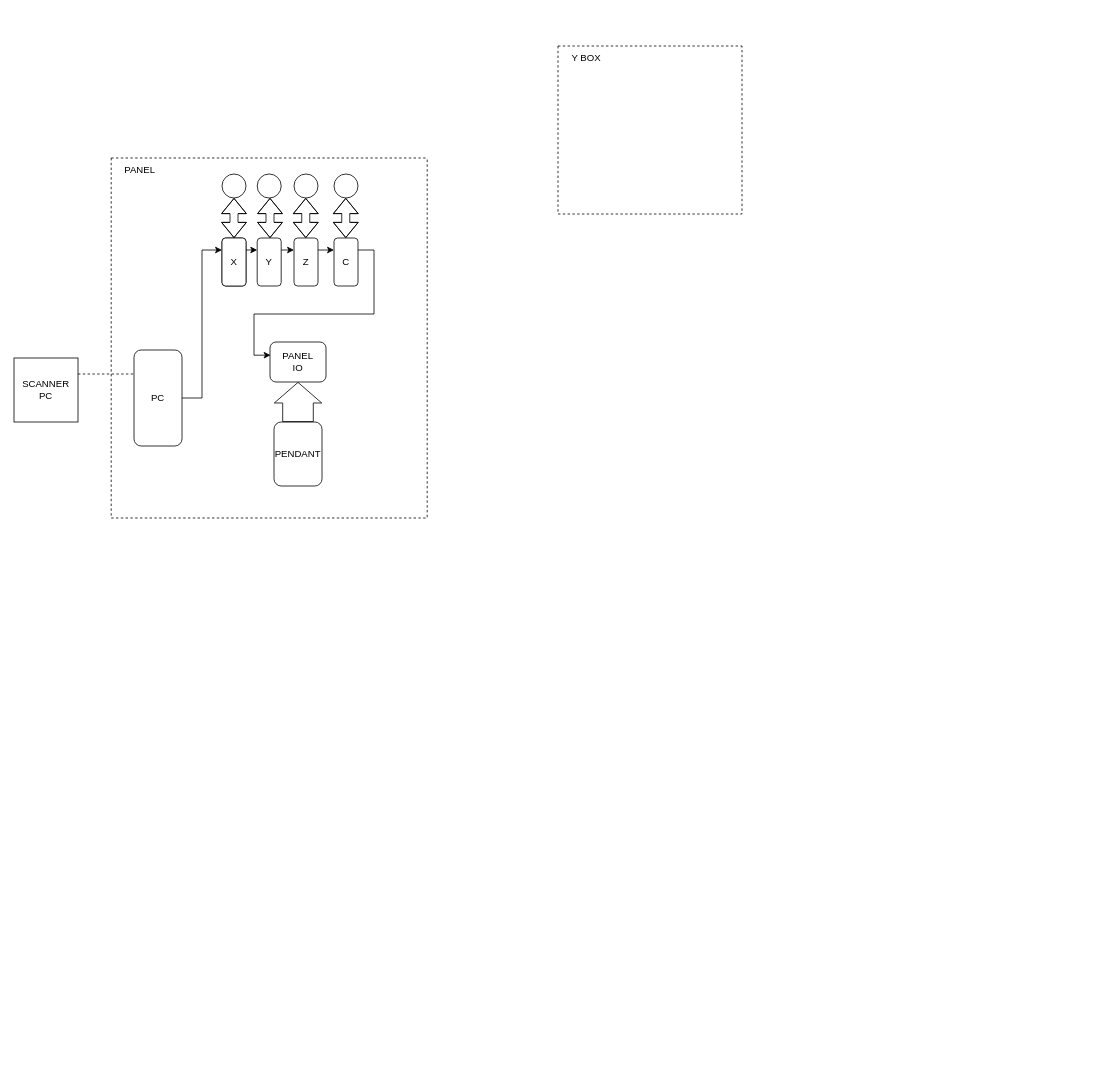
This is Untitled Diagram.drawio from facuver/drawTest, a draw.io file, before an edit. Source tidied: cells renumbered, new cells numbered last; positions are measured from the earlier drawing's top-left corner, leaving out a move shared by most shapes. Both pictures are drawn from the tidied source at 80%, with x=0, y=0 at pixel (14, 46). Pictures stored in the file or linked from it are replaced by grey dashed boxes.
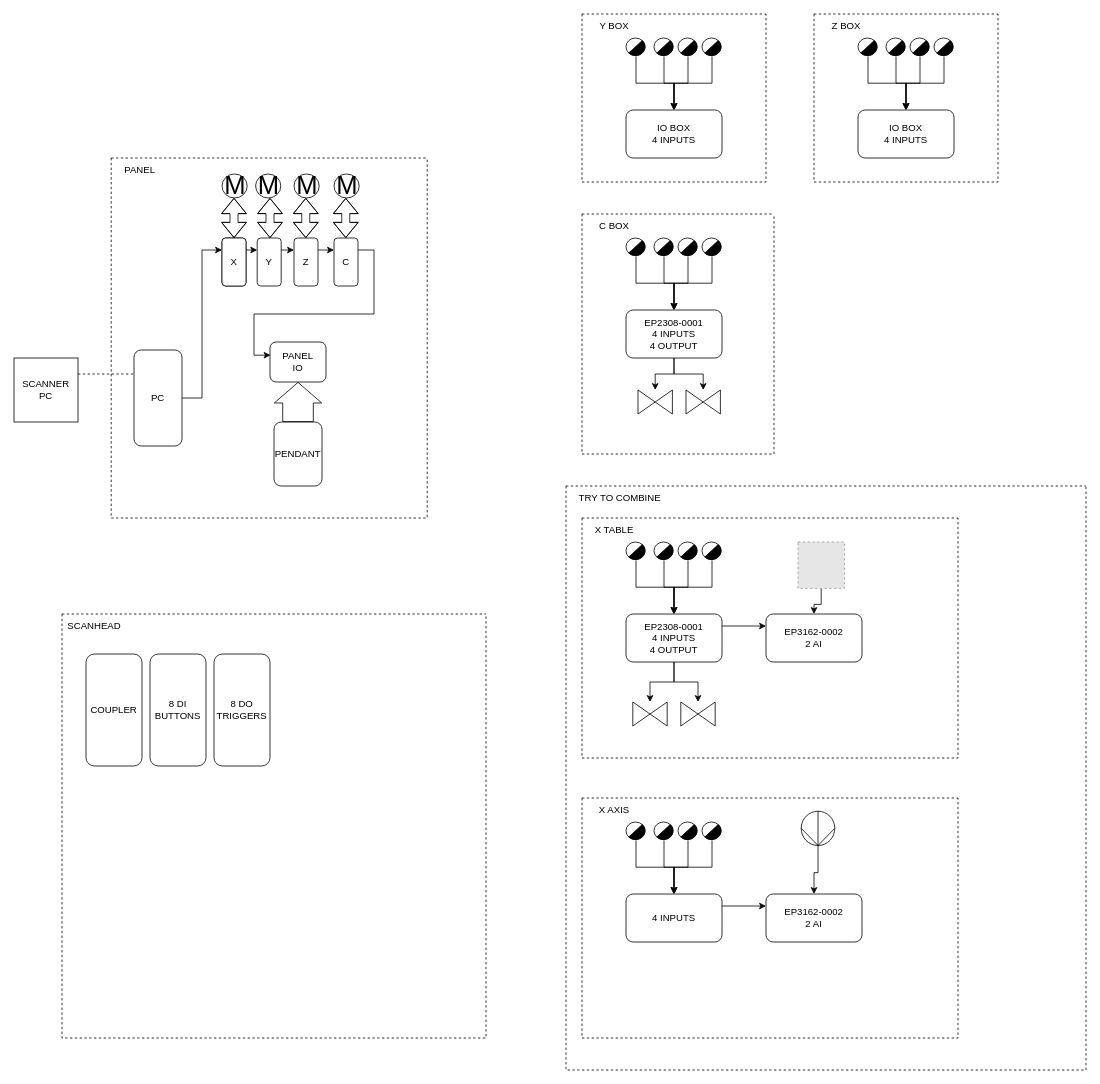
After the change.

Unchanged cells that the change refers to:
```xml
<mxCell id="5" style="group;" parent="1" vertex="1">
  <mxGeometry x="121.5" y="140" width="395" height="450" as="geometry" />
</mxCell>
<mxCell id="14" value="X" style="rounded=1;whiteSpace=wrap;html=1;" parent="5" vertex="1">
  <mxGeometry x="138.5" y="100" width="30" height="60" as="geometry" />
</mxCell>
<mxCell id="29" style="swimlane;startSize=0;dashed=1;" parent="5" vertex="1">
  <mxGeometry width="395" height="450" as="geometry" />
</mxCell>
```

Change to the diagram source:
```diff
@@
     <mxCell id="3" style="swimlane;startSize=0;dashed=1;" parent="1" vertex="1">
-      <mxGeometry x="680" width="230" height="210" as="geometry" />
+      <mxGeometry x="710" y="-40" width="230" height="210" as="geometry" />
     </mxCell>
     <mxCell id="4" value="Y BOX" style="text;html=1;align=center;verticalAlign=middle;strokeColor=none;fillColor=none;" parent="3" vertex="1">
-      <mxGeometry x="5" width="60" height="30" as="geometry" />
+      <mxGeometry x="10" width="60" height="30" as="geometry" />
     </mxCell>
+    <mxCell id="31" value="IO BOX&lt;br&gt;4 INPUTS" style="rounded=1;whiteSpace=wrap;html=1;" parent="3" vertex="1">
+      <mxGeometry x="55" y="120" width="120" height="60" as="geometry" />
+    </mxCell>
+    <mxCell id="32" style="edgeStyle=orthogonalEdgeStyle;rounded=0;jettySize=auto;html=1;" parent="3" edge="1" source="33" target="31">
+      <mxGeometry relative="1" as="geometry" />
+    </mxCell>
+    <mxCell id="33" style="verticalLabelPosition=bottom;outlineConnect=0;align=center;dashed=0;html=1;verticalAlign=middle;shape=mxgraph.pid.misc.steam_trap2;horizontal=1;" parent="3" vertex="1">
+      <mxGeometry x="55" y="30" width="25" height="23" as="geometry" />
+    </mxCell>
+    <mxCell id="34" style="edgeStyle=orthogonalEdgeStyle;rounded=0;jettySize=auto;html=1;entryX=0.5;entryY=0;entryDx=0;entryDy=0;" parent="3" edge="1" source="35" target="31">
+      <mxGeometry relative="1" as="geometry" />
+    </mxCell>
+    <mxCell id="35" style="verticalLabelPosition=bottom;outlineConnect=0;align=center;dashed=0;html=1;verticalAlign=middle;shape=mxgraph.pid.misc.steam_trap2;horizontal=1;" parent="3" vertex="1">
+      <mxGeometry x="90" y="30" width="25" height="23" as="geometry" />
+    </mxCell>
+    <mxCell id="36" style="edgeStyle=orthogonalEdgeStyle;rounded=0;jettySize=auto;html=1;entryX=0.5;entryY=0;entryDx=0;entryDy=0;" parent="3" edge="1" source="37" target="31">
+      <mxGeometry relative="1" as="geometry" />
+    </mxCell>
+    <mxCell id="37" style="verticalLabelPosition=bottom;outlineConnect=0;align=center;dashed=0;html=1;verticalAlign=middle;shape=mxgraph.pid.misc.steam_trap2;horizontal=1;" parent="3" vertex="1">
+      <mxGeometry x="120" y="30" width="25" height="23" as="geometry" />
+    </mxCell>
+    <mxCell id="38" style="edgeStyle=orthogonalEdgeStyle;rounded=0;jettySize=auto;html=1;entryX=0.5;entryY=0;entryDx=0;entryDy=0;" parent="3" edge="1" source="39" target="31">
+      <mxGeometry relative="1" as="geometry" />
+    </mxCell>
+    <mxCell id="39" style="verticalLabelPosition=bottom;outlineConnect=0;align=center;dashed=0;html=1;verticalAlign=middle;shape=mxgraph.pid.misc.steam_trap2;horizontal=1;" parent="3" vertex="1">
+      <mxGeometry x="150" y="30" width="25" height="23" as="geometry" />
+    </mxCell>
@@
-    <mxCell id="20" style="ellipse;whiteSpace=wrap;html=1;" parent="5" vertex="1">
-      <mxGeometry x="138.5" y="20" width="30" height="30" as="geometry" />
-    </mxCell>
-    <mxCell id="21" style="ellipse;whiteSpace=wrap;html=1;" parent="5" vertex="1">
-      <mxGeometry x="182.5" y="20" width="30" height="30" as="geometry" />
-    </mxCell>
-    <mxCell id="22" style="ellipse;whiteSpace=wrap;html=1;" parent="5" vertex="1">
-      <mxGeometry x="228.5" y="20" width="30" height="30" as="geometry" />
-    </mxCell>
-    <mxCell id="23" style="ellipse;whiteSpace=wrap;html=1;" parent="5" vertex="1">
-      <mxGeometry x="278.5" y="20" width="30" height="30" as="geometry" />
-    </mxCell>
-    <mxCell id="24" style="shape=flexArrow;endArrow=classic;startArrow=classic;html=1;rounded=0;entryX=0.5;entryY=1;entryDx=0;entryDy=0;exitX=0.5;exitY=0;exitDx=0;exitDy=0;" parent="5" edge="1" source="14" target="20">
+    <mxCell id="24" style="shape=flexArrow;endArrow=classic;startArrow=classic;html=1;rounded=0;entryX=0.5;entryY=1;entryDx=0;entryDy=0;exitX=0.5;exitY=0;exitDx=0;exitDy=0;" parent="5" edge="1" source="14">
       <mxGeometry relative="1" as="geometry">
+        <mxPoint x="153.5" y="50" as="targetPoint" />
         <Array as="points">
           <mxPoint x="153.5" y="80" />
         </Array>
       </mxGeometry>
     </mxCell>
@@
+    <mxCell id="40" value="M" style="verticalLabelPosition=middle;shadow=0;dashed=0;align=center;html=1;verticalAlign=middle;strokeWidth=1;shape=ellipse;fontSize=32;perimeter=ellipsePerimeter;" parent="29" vertex="1">
+      <mxGeometry x="138.5" y="20" width="31.5" height="30" as="geometry" />
+    </mxCell>
+    <mxCell id="41" value="M" style="verticalLabelPosition=middle;shadow=0;dashed=0;align=center;html=1;verticalAlign=middle;strokeWidth=1;shape=ellipse;fontSize=32;perimeter=ellipsePerimeter;" parent="29" vertex="1">
+      <mxGeometry x="180.5" y="20" width="31.5" height="30" as="geometry" />
+    </mxCell>
+    <mxCell id="42" value="M" style="verticalLabelPosition=middle;shadow=0;dashed=0;align=center;html=1;verticalAlign=middle;strokeWidth=1;shape=ellipse;fontSize=32;perimeter=ellipsePerimeter;" parent="29" vertex="1">
+      <mxGeometry x="228.5" y="20" width="31.5" height="30" as="geometry" />
+    </mxCell>
+    <mxCell id="43" value="M" style="verticalLabelPosition=middle;shadow=0;dashed=0;align=center;html=1;verticalAlign=middle;strokeWidth=1;shape=ellipse;fontSize=32;perimeter=ellipsePerimeter;" parent="29" vertex="1">
+      <mxGeometry x="278.5" y="20" width="31.5" height="30" as="geometry" />
+    </mxCell>
+    <mxCell id="44" style="swimlane;startSize=0;dashed=1;" parent="1" vertex="1">
+      <mxGeometry x="710" y="210" width="240" height="300" as="geometry" />
+    </mxCell>
+    <mxCell id="45" value="C BOX" style="text;html=1;align=center;verticalAlign=middle;strokeColor=none;fillColor=none;" parent="44" vertex="1">
+      <mxGeometry x="10" width="60" height="30" as="geometry" />
+    </mxCell>
+    <mxCell id="46" value="EP2308-0001&lt;br&gt;&lt;div&gt;4 INPUTS &lt;br&gt;&lt;/div&gt;&lt;div&gt;4 OUTPUT&lt;/div&gt;" style="rounded=1;whiteSpace=wrap;html=1;" parent="44" vertex="1">
+      <mxGeometry x="55" y="120" width="120" height="60" as="geometry" />
+    </mxCell>
+    <mxCell id="47" style="edgeStyle=orthogonalEdgeStyle;rounded=0;jettySize=auto;html=1;" parent="44" edge="1" source="48" target="46">
+      <mxGeometry relative="1" as="geometry" />
+    </mxCell>
+    <mxCell id="48" style="verticalLabelPosition=bottom;outlineConnect=0;align=center;dashed=0;html=1;verticalAlign=middle;shape=mxgraph.pid.misc.steam_trap2;horizontal=1;" parent="44" vertex="1">
+      <mxGeometry x="55" y="30" width="25" height="23" as="geometry" />
+    </mxCell>
+    <mxCell id="49" style="edgeStyle=orthogonalEdgeStyle;rounded=0;jettySize=auto;html=1;entryX=0.5;entryY=0;entryDx=0;entryDy=0;" parent="44" edge="1" source="50" target="46">
+      <mxGeometry relative="1" as="geometry" />
+    </mxCell>
+    <mxCell id="50" style="verticalLabelPosition=bottom;outlineConnect=0;align=center;dashed=0;html=1;verticalAlign=middle;shape=mxgraph.pid.misc.steam_trap2;horizontal=1;" parent="44" vertex="1">
+      <mxGeometry x="90" y="30" width="25" height="23" as="geometry" />
+    </mxCell>
+    <mxCell id="51" style="edgeStyle=orthogonalEdgeStyle;rounded=0;jettySize=auto;html=1;entryX=0.5;entryY=0;entryDx=0;entryDy=0;" parent="44" edge="1" source="52" target="46">
+      <mxGeometry relative="1" as="geometry" />
+    </mxCell>
+    <mxCell id="52" style="verticalLabelPosition=bottom;outlineConnect=0;align=center;dashed=0;html=1;verticalAlign=middle;shape=mxgraph.pid.misc.steam_trap2;horizontal=1;" parent="44" vertex="1">
+      <mxGeometry x="120" y="30" width="25" height="23" as="geometry" />
+    </mxCell>
+    <mxCell id="53" style="edgeStyle=orthogonalEdgeStyle;rounded=0;jettySize=auto;html=1;entryX=0.5;entryY=0;entryDx=0;entryDy=0;" parent="44" edge="1" source="54" target="46">
+      <mxGeometry relative="1" as="geometry" />
+    </mxCell>
+    <mxCell id="54" style="verticalLabelPosition=bottom;outlineConnect=0;align=center;dashed=0;html=1;verticalAlign=middle;shape=mxgraph.pid.misc.steam_trap2;horizontal=1;" parent="44" vertex="1">
+      <mxGeometry x="150" y="30" width="25" height="23" as="geometry" />
+    </mxCell>
+    <mxCell id="55" style="verticalLabelPosition=bottom;align=center;html=1;verticalAlign=top;dashed=0;shape=mxgraph.pid2valves.valve;valveType=gate;" parent="1" vertex="1">
+      <mxGeometry x="780" y="430" width="43" height="30" as="geometry" />
+    </mxCell>
+    <mxCell id="56" style="verticalLabelPosition=bottom;align=center;html=1;verticalAlign=top;dashed=0;shape=mxgraph.pid2valves.valve;valveType=gate;" parent="1" vertex="1">
+      <mxGeometry x="840" y="430" width="43" height="30" as="geometry" />
+    </mxCell>
+    <mxCell id="57" style="edgeStyle=orthogonalEdgeStyle;rounded=0;jettySize=auto;html=1;" parent="1" edge="1" source="46" target="55">
+      <mxGeometry relative="1" as="geometry" />
+    </mxCell>
+    <mxCell id="58" style="edgeStyle=orthogonalEdgeStyle;rounded=0;jettySize=auto;html=1;" parent="1" edge="1" source="46" target="56">
+      <mxGeometry relative="1" as="geometry" />
+    </mxCell>
+    <mxCell id="59" style="swimlane;startSize=0;dashed=1;" parent="1" vertex="1">
+      <mxGeometry x="710" y="590" width="470" height="300" as="geometry" />
+    </mxCell>
+    <mxCell id="60" value="X TABLE" style="text;html=1;align=center;verticalAlign=middle;strokeColor=none;fillColor=none;" parent="59" vertex="1">
+      <mxGeometry x="5" width="70" height="30" as="geometry" />
+    </mxCell>
+    <mxCell id="61" style="edgeStyle=orthogonalEdgeStyle;rounded=0;jettySize=auto;html=1;exitX=1;exitY=0.25;exitDx=0;exitDy=0;entryX=0;entryY=0.25;entryDx=0;entryDy=0;" parent="59" edge="1" source="64" target="73">
+      <mxGeometry relative="1" as="geometry" />
+    </mxCell>
+    <mxCell id="62" style="edgeStyle=orthogonalEdgeStyle;rounded=0;jettySize=auto;html=1;" parent="59" edge="1" source="64" target="76">
+      <mxGeometry relative="1" as="geometry" />
+    </mxCell>
+    <mxCell id="63" style="edgeStyle=orthogonalEdgeStyle;rounded=0;jettySize=auto;html=1;" parent="59" edge="1" source="64" target="77">
+      <mxGeometry relative="1" as="geometry" />
+    </mxCell>
+    <mxCell id="64" value="EP2308-0001&lt;div&gt;4 INPUTS &lt;br&gt;&lt;/div&gt;&lt;div&gt;4 OUTPUT&lt;/div&gt;" style="rounded=1;whiteSpace=wrap;html=1;" parent="59" vertex="1">
+      <mxGeometry x="55" y="120" width="120" height="60" as="geometry" />
+    </mxCell>
+    <mxCell id="65" style="edgeStyle=orthogonalEdgeStyle;rounded=0;jettySize=auto;html=1;" parent="59" edge="1" source="66" target="64">
+      <mxGeometry relative="1" as="geometry" />
+    </mxCell>
+    <mxCell id="66" style="verticalLabelPosition=bottom;outlineConnect=0;align=center;dashed=0;html=1;verticalAlign=middle;shape=mxgraph.pid.misc.steam_trap2;horizontal=1;" parent="59" vertex="1">
+      <mxGeometry x="55" y="30" width="25" height="23" as="geometry" />
+    </mxCell>
+    <mxCell id="67" style="edgeStyle=orthogonalEdgeStyle;rounded=0;jettySize=auto;html=1;entryX=0.5;entryY=0;entryDx=0;entryDy=0;" parent="59" edge="1" source="68" target="64">
+      <mxGeometry relative="1" as="geometry" />
+    </mxCell>
+    <mxCell id="68" style="verticalLabelPosition=bottom;outlineConnect=0;align=center;dashed=0;html=1;verticalAlign=middle;shape=mxgraph.pid.misc.steam_trap2;horizontal=1;" parent="59" vertex="1">
+      <mxGeometry x="90" y="30" width="25" height="23" as="geometry" />
+    </mxCell>
+    <mxCell id="69" style="edgeStyle=orthogonalEdgeStyle;rounded=0;jettySize=auto;html=1;entryX=0.5;entryY=0;entryDx=0;entryDy=0;" parent="59" edge="1" source="70" target="64">
+      <mxGeometry relative="1" as="geometry" />
+    </mxCell>
+    <mxCell id="70" style="verticalLabelPosition=bottom;outlineConnect=0;align=center;dashed=0;html=1;verticalAlign=middle;shape=mxgraph.pid.misc.steam_trap2;horizontal=1;" parent="59" vertex="1">
+      <mxGeometry x="120" y="30" width="25" height="23" as="geometry" />
+    </mxCell>
+    <mxCell id="71" style="edgeStyle=orthogonalEdgeStyle;rounded=0;jettySize=auto;html=1;entryX=0.5;entryY=0;entryDx=0;entryDy=0;" parent="59" edge="1" source="72" target="64">
+      <mxGeometry relative="1" as="geometry" />
+    </mxCell>
+    <mxCell id="72" style="verticalLabelPosition=bottom;outlineConnect=0;align=center;dashed=0;html=1;verticalAlign=middle;shape=mxgraph.pid.misc.steam_trap2;horizontal=1;" parent="59" vertex="1">
+      <mxGeometry x="150" y="30" width="25" height="23" as="geometry" />
+    </mxCell>
+    <mxCell id="73" value="&lt;div&gt;EP3162-0002&lt;/div&gt;&lt;div&gt;2 AI&lt;br&gt;&lt;/div&gt;" style="rounded=1;whiteSpace=wrap;html=1;" parent="59" vertex="1">
+      <mxGeometry x="230" y="120" width="120" height="60" as="geometry" />
+    </mxCell>
+    <mxCell id="74" style="edgeStyle=orthogonalEdgeStyle;rounded=0;jettySize=auto;html=1;" parent="59" edge="1" source="75" target="73">
+      <mxGeometry relative="1" as="geometry" />
+    </mxCell>
+    <mxCell id="75" style="fillColor=#E6E6E6;strokeColor=#999999;dashed=1;html=1;verticalAlign=top;verticalLabelPosition=bottom;labelBackgroundColor=#ffffff;" parent="59" vertex="1">
+      <mxGeometry x="270" y="30" width="58" height="58" as="geometry" />
+    </mxCell>
+    <mxCell id="76" style="verticalLabelPosition=bottom;align=center;html=1;verticalAlign=top;dashed=0;shape=mxgraph.pid2valves.valve;valveType=gate;" parent="59" vertex="1">
+      <mxGeometry x="63.5" y="230" width="43" height="30" as="geometry" />
+    </mxCell>
+    <mxCell id="77" style="verticalLabelPosition=bottom;align=center;html=1;verticalAlign=top;dashed=0;shape=mxgraph.pid2valves.valve;valveType=gate;" parent="59" vertex="1">
+      <mxGeometry x="123.5" y="230" width="43" height="30" as="geometry" />
+    </mxCell>
+    <mxCell id="78" style="swimlane;startSize=0;dashed=1;" parent="1" vertex="1">
+      <mxGeometry x="710" y="940" width="470" height="300" as="geometry" />
+    </mxCell>
+    <mxCell id="79" value="X AXIS" style="text;html=1;align=center;verticalAlign=middle;strokeColor=none;fillColor=none;" parent="78" vertex="1">
+      <mxGeometry x="10" width="60" height="30" as="geometry" />
+    </mxCell>
+    <mxCell id="80" style="edgeStyle=orthogonalEdgeStyle;rounded=0;jettySize=auto;html=1;exitX=1;exitY=0.25;exitDx=0;exitDy=0;entryX=0;entryY=0.25;entryDx=0;entryDy=0;" parent="78" edge="1" source="81" target="90">
+      <mxGeometry relative="1" as="geometry" />
+    </mxCell>
+    <mxCell id="81" value="4 INPUTS" style="rounded=1;whiteSpace=wrap;html=1;" parent="78" vertex="1">
+      <mxGeometry x="55" y="120" width="120" height="60" as="geometry" />
+    </mxCell>
+    <mxCell id="82" style="edgeStyle=orthogonalEdgeStyle;rounded=0;jettySize=auto;html=1;" parent="78" edge="1" source="83" target="81">
+      <mxGeometry relative="1" as="geometry" />
+    </mxCell>
+    <mxCell id="83" style="verticalLabelPosition=bottom;outlineConnect=0;align=center;dashed=0;html=1;verticalAlign=middle;shape=mxgraph.pid.misc.steam_trap2;horizontal=1;" parent="78" vertex="1">
+      <mxGeometry x="55" y="30" width="25" height="23" as="geometry" />
+    </mxCell>
+    <mxCell id="84" style="edgeStyle=orthogonalEdgeStyle;rounded=0;jettySize=auto;html=1;entryX=0.5;entryY=0;entryDx=0;entryDy=0;" parent="78" edge="1" source="85" target="81">
+      <mxGeometry relative="1" as="geometry" />
+    </mxCell>
+    <mxCell id="85" style="verticalLabelPosition=bottom;outlineConnect=0;align=center;dashed=0;html=1;verticalAlign=middle;shape=mxgraph.pid.misc.steam_trap2;horizontal=1;" parent="78" vertex="1">
+      <mxGeometry x="90" y="30" width="25" height="23" as="geometry" />
+    </mxCell>
+    <mxCell id="86" style="edgeStyle=orthogonalEdgeStyle;rounded=0;jettySize=auto;html=1;entryX=0.5;entryY=0;entryDx=0;entryDy=0;" parent="78" edge="1" source="87" target="81">
+      <mxGeometry relative="1" as="geometry" />
+    </mxCell>
+    <mxCell id="87" style="verticalLabelPosition=bottom;outlineConnect=0;align=center;dashed=0;html=1;verticalAlign=middle;shape=mxgraph.pid.misc.steam_trap2;horizontal=1;" parent="78" vertex="1">
+      <mxGeometry x="120" y="30" width="25" height="23" as="geometry" />
+    </mxCell>
+    <mxCell id="88" style="edgeStyle=orthogonalEdgeStyle;rounded=0;jettySize=auto;html=1;entryX=0.5;entryY=0;entryDx=0;entryDy=0;" parent="78" edge="1" source="89" target="81">
+      <mxGeometry relative="1" as="geometry" />
+    </mxCell>
+    <mxCell id="89" style="verticalLabelPosition=bottom;outlineConnect=0;align=center;dashed=0;html=1;verticalAlign=middle;shape=mxgraph.pid.misc.steam_trap2;horizontal=1;" parent="78" vertex="1">
+      <mxGeometry x="150" y="30" width="25" height="23" as="geometry" />
+    </mxCell>
+    <mxCell id="90" value="&lt;div&gt;EP3162-0002&lt;/div&gt;&lt;div&gt;2 AI&lt;br&gt;&lt;/div&gt;" style="rounded=1;whiteSpace=wrap;html=1;" parent="78" vertex="1">
+      <mxGeometry x="230" y="120" width="120" height="60" as="geometry" />
+    </mxCell>
+    <mxCell id="91" style="edgeStyle=orthogonalEdgeStyle;rounded=0;jettySize=auto;html=1;entryX=0.5;entryY=0;entryDx=0;entryDy=0;" parent="78" edge="1" source="92" target="90">
+      <mxGeometry relative="1" as="geometry" />
+    </mxCell>
+    <mxCell id="92" style="verticalLabelPosition=bottom;shadow=0;dashed=0;align=center;html=1;verticalAlign=top;shape=mxgraph.electrical.miscellaneous.transducer;rotation=90;" parent="78" vertex="1">
+      <mxGeometry x="270" y="20.5" width="50" height="42" as="geometry" />
+    </mxCell>
+    <mxCell id="93" style="swimlane;startSize=0;dashed=1;" parent="1" vertex="1">
+      <mxGeometry x="1000" y="-40" width="230" height="210" as="geometry" />
+    </mxCell>
+    <mxCell id="94" value="Z BOX" style="text;html=1;align=center;verticalAlign=middle;strokeColor=none;fillColor=none;" parent="93" vertex="1">
+      <mxGeometry x="10" width="60" height="30" as="geometry" />
+    </mxCell>
+    <mxCell id="95" value="IO BOX&lt;br&gt;4 INPUTS" style="rounded=1;whiteSpace=wrap;html=1;" parent="93" vertex="1">
+      <mxGeometry x="55" y="120" width="120" height="60" as="geometry" />
+    </mxCell>
+    <mxCell id="96" style="edgeStyle=orthogonalEdgeStyle;rounded=0;jettySize=auto;html=1;" parent="93" edge="1" source="97" target="95">
+      <mxGeometry relative="1" as="geometry" />
+    </mxCell>
+    <mxCell id="97" style="verticalLabelPosition=bottom;outlineConnect=0;align=center;dashed=0;html=1;verticalAlign=middle;shape=mxgraph.pid.misc.steam_trap2;horizontal=1;" parent="93" vertex="1">
+      <mxGeometry x="55" y="30" width="25" height="23" as="geometry" />
+    </mxCell>
+    <mxCell id="98" style="edgeStyle=orthogonalEdgeStyle;rounded=0;jettySize=auto;html=1;entryX=0.5;entryY=0;entryDx=0;entryDy=0;" parent="93" edge="1" source="99" target="95">
+      <mxGeometry relative="1" as="geometry" />
+    </mxCell>
+    <mxCell id="99" style="verticalLabelPosition=bottom;outlineConnect=0;align=center;dashed=0;html=1;verticalAlign=middle;shape=mxgraph.pid.misc.steam_trap2;horizontal=1;" parent="93" vertex="1">
+      <mxGeometry x="90" y="30" width="25" height="23" as="geometry" />
+    </mxCell>
+    <mxCell id="100" style="edgeStyle=orthogonalEdgeStyle;rounded=0;jettySize=auto;html=1;entryX=0.5;entryY=0;entryDx=0;entryDy=0;" parent="93" edge="1" source="101" target="95">
+      <mxGeometry relative="1" as="geometry" />
+    </mxCell>
+    <mxCell id="101" style="verticalLabelPosition=bottom;outlineConnect=0;align=center;dashed=0;html=1;verticalAlign=middle;shape=mxgraph.pid.misc.steam_trap2;horizontal=1;" parent="93" vertex="1">
+      <mxGeometry x="120" y="30" width="25" height="23" as="geometry" />
+    </mxCell>
+    <mxCell id="102" style="edgeStyle=orthogonalEdgeStyle;rounded=0;jettySize=auto;html=1;entryX=0.5;entryY=0;entryDx=0;entryDy=0;" parent="93" edge="1" source="103" target="95">
+      <mxGeometry relative="1" as="geometry" />
+    </mxCell>
+    <mxCell id="103" style="verticalLabelPosition=bottom;outlineConnect=0;align=center;dashed=0;html=1;verticalAlign=middle;shape=mxgraph.pid.misc.steam_trap2;horizontal=1;" parent="93" vertex="1">
+      <mxGeometry x="150" y="30" width="25" height="23" as="geometry" />
+    </mxCell>
+    <mxCell id="104" style="swimlane;startSize=0;dashed=1;" parent="1" vertex="1">
+      <mxGeometry x="60" y="710" width="530" height="530" as="geometry" />
+    </mxCell>
+    <mxCell id="105" value="SCANHEAD" style="text;html=1;align=center;verticalAlign=middle;strokeColor=none;fillColor=none;" parent="104" vertex="1">
+      <mxGeometry x="-5" width="90" height="30" as="geometry" />
+    </mxCell>
+    <mxCell id="106" value="COUPLER" style="rounded=1;whiteSpace=wrap;html=1;" parent="104" vertex="1">
+      <mxGeometry x="30" y="50" width="70" height="140" as="geometry" />
+    </mxCell>
+    <mxCell id="107" value="&lt;div&gt;8 DI&lt;/div&gt;&lt;div&gt;BUTTONS&lt;br&gt;&lt;/div&gt;" style="rounded=1;whiteSpace=wrap;html=1;" parent="104" vertex="1">
+      <mxGeometry x="110" y="50" width="70" height="140" as="geometry" />
+    </mxCell>
+    <mxCell id="108" value="&lt;div&gt;8 DO&lt;/div&gt;&lt;div&gt;TRIGGERS&lt;br&gt;&lt;/div&gt;" style="rounded=1;whiteSpace=wrap;html=1;" parent="104" vertex="1">
+      <mxGeometry x="190" y="50" width="70" height="140" as="geometry" />
+    </mxCell>
+    <mxCell id="109" style="swimlane;startSize=0;dashed=1;" parent="1" vertex="1">
+      <mxGeometry x="690" y="550" width="650" height="730" as="geometry" />
+    </mxCell>
+    <mxCell id="110" value="TRY TO COMBINE" style="text;html=1;align=center;verticalAlign=middle;strokeColor=none;fillColor=none;" parent="109" vertex="1">
+      <mxGeometry x="6.5" width="120" height="30" as="geometry" />
+    </mxCell>
```
